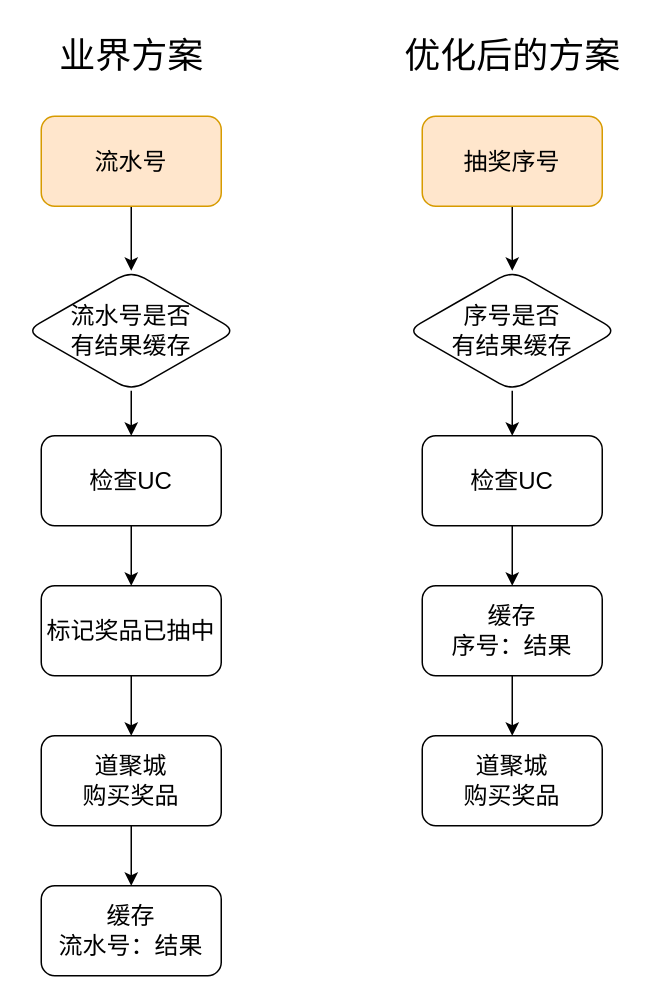
The draw.io diagram 抽奖方案优化.drawio in dingdu/7days-golang, before the edit. Source tidied: cells renumbered, new cells numbered last; positions are measured from the earlier drawing's top-left corner, leaving out a move shared by most shapes. Both pictures are drawn from the tidied source at 150%, with x=0, y=0 at pixel (26, 26).
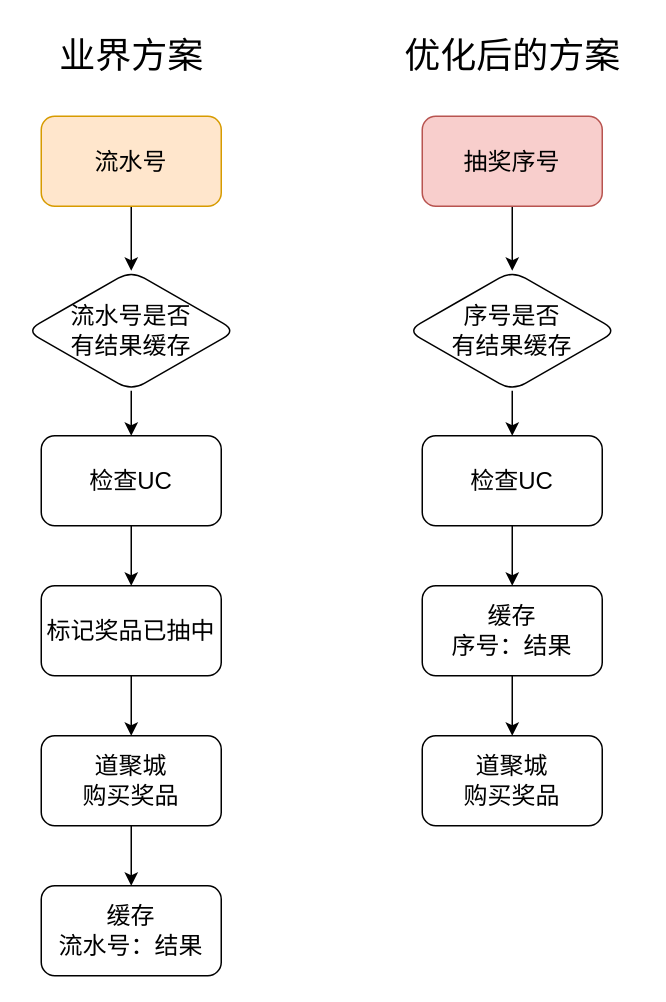
Above is the later version.

Commit message (it also covers changes not shown here):
更新抽奖方案优化.drawio

The edit, as a diff of the source:
```diff
@@
-    <mxCell id="16" value="&lt;font size=&quot;3&quot;&gt;抽奖序号&lt;/font&gt;" style="rounded=1;whiteSpace=wrap;html=1;fillColor=#ffe6cc;strokeColor=#d79b00;" parent="1" vertex="1">
+    <mxCell id="16" value="&lt;font size=&quot;3&quot;&gt;抽奖序号&lt;/font&gt;" style="rounded=1;whiteSpace=wrap;html=1;fillColor=#f8cecc;strokeColor=#b85450;" parent="1" vertex="1">
       <mxGeometry x="264" y="60" width="120" height="60" as="geometry" />
     </mxCell>
```
